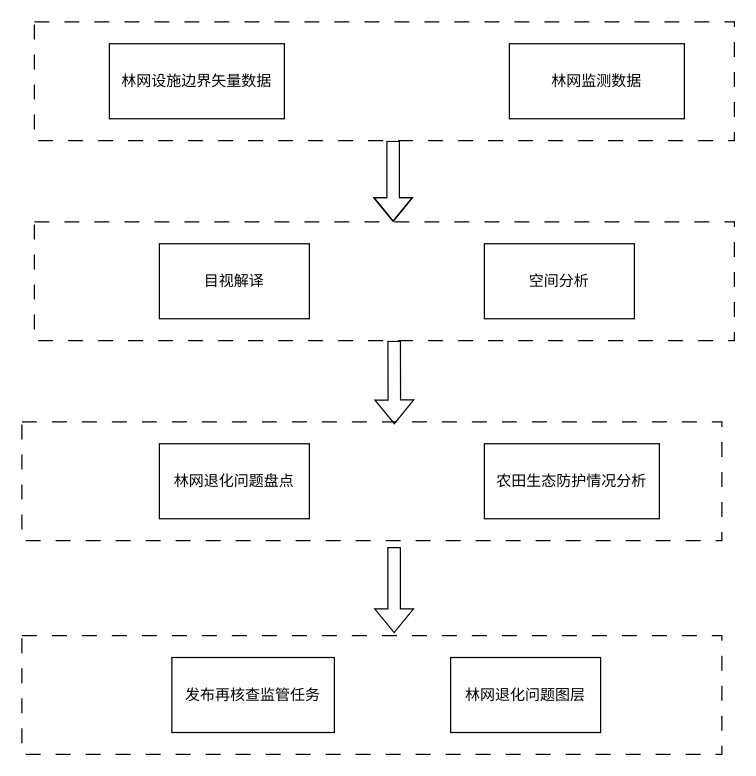
Above: 林网退化.drawio in AhXianGL/draw.io (draw.io), before the change. Source tidied: cells renumbered, new cells numbered last; positions are measured from the earlier drawing's top-left corner, leaving out a move shared by most shapes. Both pictures are drawn from the tidied source at 125%, with x=0, y=0 at pixel (21, 21).
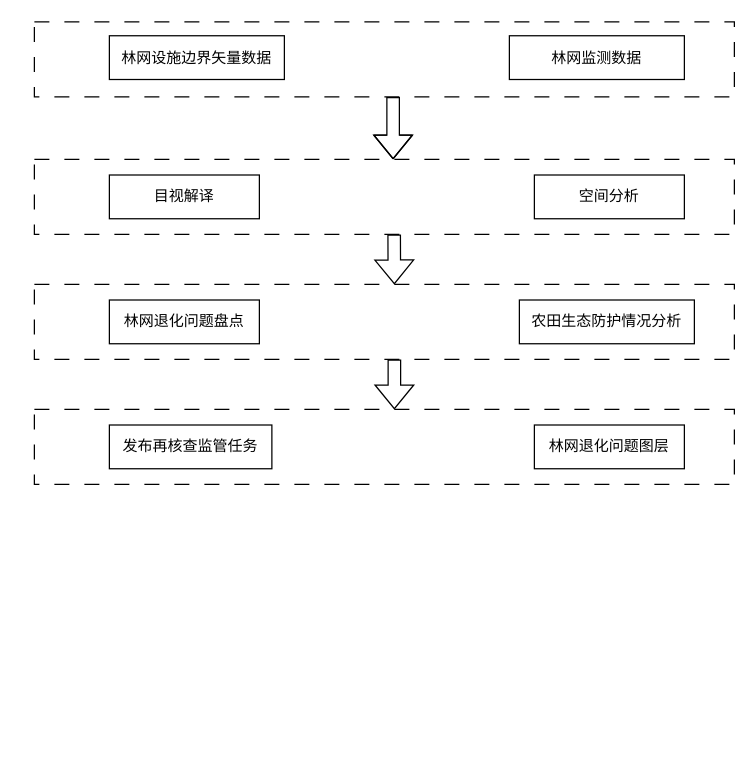
Above is the later version.

Commit message (it also covers changes not shown here):
更新林网退化.drawio

What changed in the source:
```diff
@@
     <mxCell id="2" style="rounded=0;whiteSpace=wrap;html=1;dashed=1;dashPattern=12 12;" parent="1" vertex="1">
-      <mxGeometry y="320" width="560" height="95" as="geometry" />
+      <mxGeometry x="10" y="210" width="560" height="60" as="geometry" />
     </mxCell>
     <mxCell id="3" value="林网退化问题盘点" style="rounded=0;whiteSpace=wrap;html=1;" parent="1" vertex="1">
-      <mxGeometry x="110" y="337.5" width="120" height="60" as="geometry" />
+      <mxGeometry x="70" y="222.5" width="120" height="35" as="geometry" />
     </mxCell>
     <mxCell id="4" value="农田生态防护情况分析" style="rounded=0;whiteSpace=wrap;html=1;" parent="1" vertex="1">
-      <mxGeometry x="370" y="337.5" width="140" height="60" as="geometry" />
+      <mxGeometry x="398" y="222.5" width="140" height="35" as="geometry" />
     </mxCell>
-    <mxCell id="5" style="shape=flexArrow;endArrow=classic;html=1;rounded=0;entryX=0.5;entryY=0;entryDx=0;entryDy=0;" parent="1" edge="1">
+    <mxCell id="5" style="shape=flexArrow;endArrow=classic;html=1;rounded=0;" parent="1" edge="1">
       <mxGeometry relative="1" as="geometry">
-        <mxPoint x="297" y="95" as="sourcePoint" />
-        <mxPoint x="297" y="160" as="targetPoint" />
+        <mxPoint x="297" y="60" as="sourcePoint" />
+        <mxPoint x="297" y="110" as="targetPoint" />
         <Array as="points">
-          <mxPoint x="297" y="120" />
+          <mxPoint x="297" y="85" />
         </Array>
       </mxGeometry>
     </mxCell>
-    <mxCell id="6" style="shape=flexArrow;endArrow=classic;html=1;rounded=0;entryX=0.516;entryY=0.021;entryDx=0;entryDy=0;entryPerimeter=0;exitX=0.514;exitY=1;exitDx=0;exitDy=0;exitPerimeter=0;" parent="1" edge="1" source="16">
+    <mxCell id="6" style="shape=flexArrow;endArrow=classic;html=1;rounded=0;exitX=0.514;exitY=1;exitDx=0;exitDy=0;exitPerimeter=0;" parent="1" edge="1" source="16">
       <mxGeometry relative="1" as="geometry">
-        <mxPoint x="298" y="322" as="targetPoint" />
+        <mxPoint x="298" y="210" as="targetPoint" />
       </mxGeometry>
     </mxCell>
     <mxCell id="7" style="group;" parent="1" vertex="1">
-      <mxGeometry y="491" width="560" height="95" as="geometry" />
+      <mxGeometry x="10" y="310" width="560" height="60" as="geometry" />
     </mxCell>
     <mxCell id="8" style="rounded=0;whiteSpace=wrap;html=1;dashed=1;dashPattern=12 12;" parent="7" vertex="1">
-      <mxGeometry width="560" height="95" as="geometry" />
+      <mxGeometry width="560" height="60" as="geometry" />
     </mxCell>
     <mxCell id="9" value="发布再核查监管任务" style="rounded=0;whiteSpace=wrap;html=1;" parent="7" vertex="1">
-      <mxGeometry x="120" y="17.5" width="130" height="60" as="geometry" />
+      <mxGeometry x="60" y="12.5" width="130" height="35" as="geometry" />
     </mxCell>
     <mxCell id="10" value="林网退化问题图层" style="rounded=0;whiteSpace=wrap;html=1;" parent="7" vertex="1">
-      <mxGeometry x="343" y="17.5" width="120" height="60" as="geometry" />
+      <mxGeometry x="400" y="12.5" width="120" height="35" as="geometry" />
     </mxCell>
     <mxCell id="11" style="group;" parent="1" vertex="1">
-      <mxGeometry x="10" width="560" height="95" as="geometry" />
+      <mxGeometry x="10" width="560" height="60" as="geometry" />
     </mxCell>
     <mxCell id="12" style="rounded=0;whiteSpace=wrap;html=1;dashed=1;dashPattern=12 12;" parent="11" vertex="1">
-      <mxGeometry width="560" height="95" as="geometry" />
+      <mxGeometry width="560" height="60" as="geometry" />
     </mxCell>
     <mxCell id="13" value="林网监测数据" style="rounded=0;whiteSpace=wrap;html=1;" parent="11" vertex="1">
-      <mxGeometry x="380" y="17.5" width="140" height="60" as="geometry" />
+      <mxGeometry x="380" y="11.1" width="140" height="35" as="geometry" />
     </mxCell>
     <mxCell id="14" value="林网设施边界矢量数据" style="rounded=0;whiteSpace=wrap;html=1;" parent="11" vertex="1">
-      <mxGeometry x="60" y="17.5" width="140" height="60" as="geometry" />
+      <mxGeometry x="60" y="11.1" width="140" height="35" as="geometry" />
     </mxCell>
     <mxCell id="15" style="group;" parent="1" vertex="1">
-      <mxGeometry x="10" y="160" width="560" height="95" as="geometry" />
+      <mxGeometry x="10" y="110" width="560" height="60" as="geometry" />
     </mxCell>
     <mxCell id="16" style="rounded=0;whiteSpace=wrap;html=1;dashed=1;dashPattern=12 12;" parent="15" vertex="1">
-      <mxGeometry width="560" height="95" as="geometry" />
+      <mxGeometry width="560" height="60" as="geometry" />
     </mxCell>
     <mxCell id="17" value="目视解译" style="rounded=0;whiteSpace=wrap;html=1;" parent="15" vertex="1">
-      <mxGeometry x="100" y="17.5" width="120" height="60" as="geometry" />
+      <mxGeometry x="60" y="12.5" width="120" height="35" as="geometry" />
     </mxCell>
     <mxCell id="18" value="空间分析" style="rounded=0;whiteSpace=wrap;html=1;" parent="15" vertex="1">
-      <mxGeometry x="360" y="17.5" width="120" height="60" as="geometry" />
+      <mxGeometry x="400" y="12.5" width="120" height="35" as="geometry" />
     </mxCell>
-    <mxCell id="19" style="shape=flexArrow;endArrow=classic;html=1;rounded=0;exitX=0.514;exitY=0.989;exitDx=0;exitDy=0;exitPerimeter=0;entryX=0.514;entryY=-0.021;entryDx=0;entryDy=0;entryPerimeter=0;" parent="1" edge="1">
-      <mxGeometry relative="1" as="geometry">
-        <mxPoint x="297.8" y="420" as="sourcePoint" />
-        <mxPoint x="297.8" y="489.1" as="targetPoint" />
-      </mxGeometry>
-    </mxCell>
+    <mxCell id="20" style="shape=flexArrow;endArrow=classic;html=1;rounded=0;exitX=0.514;exitY=1;exitDx=0;exitDy=0;exitPerimeter=0;" parent="1" edge="1">
+      <mxGeometry relative="1" as="geometry">
+        <mxPoint x="298" y="270" as="sourcePoint" />
+        <mxPoint x="298" y="310" as="targetPoint" />
+      </mxGeometry>
+    </mxCell>
```
